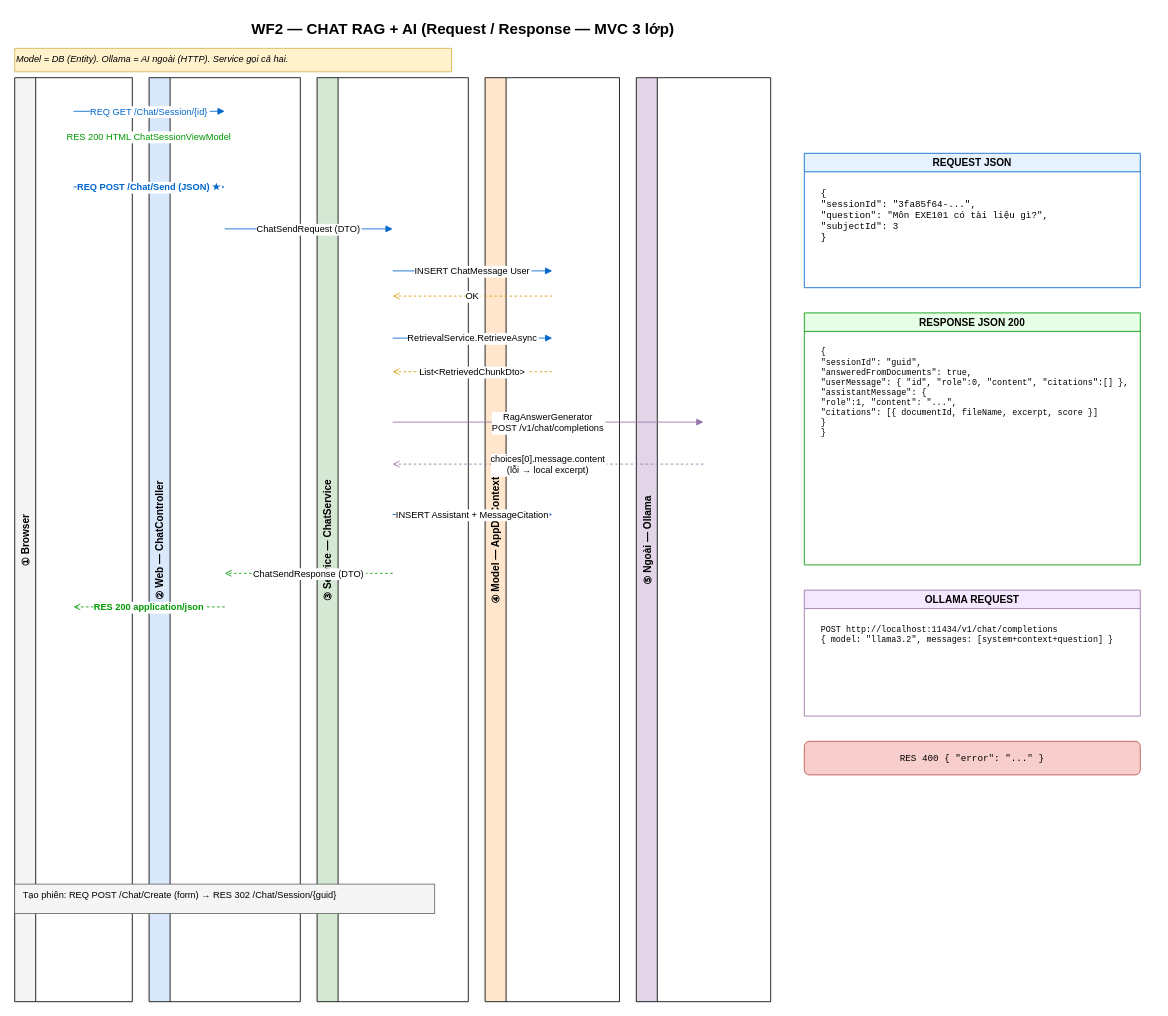
The draw.io diagram page "6-Request-Response-Chat" (6 of 10) of docs/Assigment1-Architecture.drawio in chanqua321/ASS1, before the edit. Source tidied: cells renumbered, new cells numbered last; positions are measured from the earlier drawing's top-left corner, leaving out a move shared by most shapes. Both pictures are drawn from the tidied source at 84%, with x=0, y=0 at pixel (14, 14).
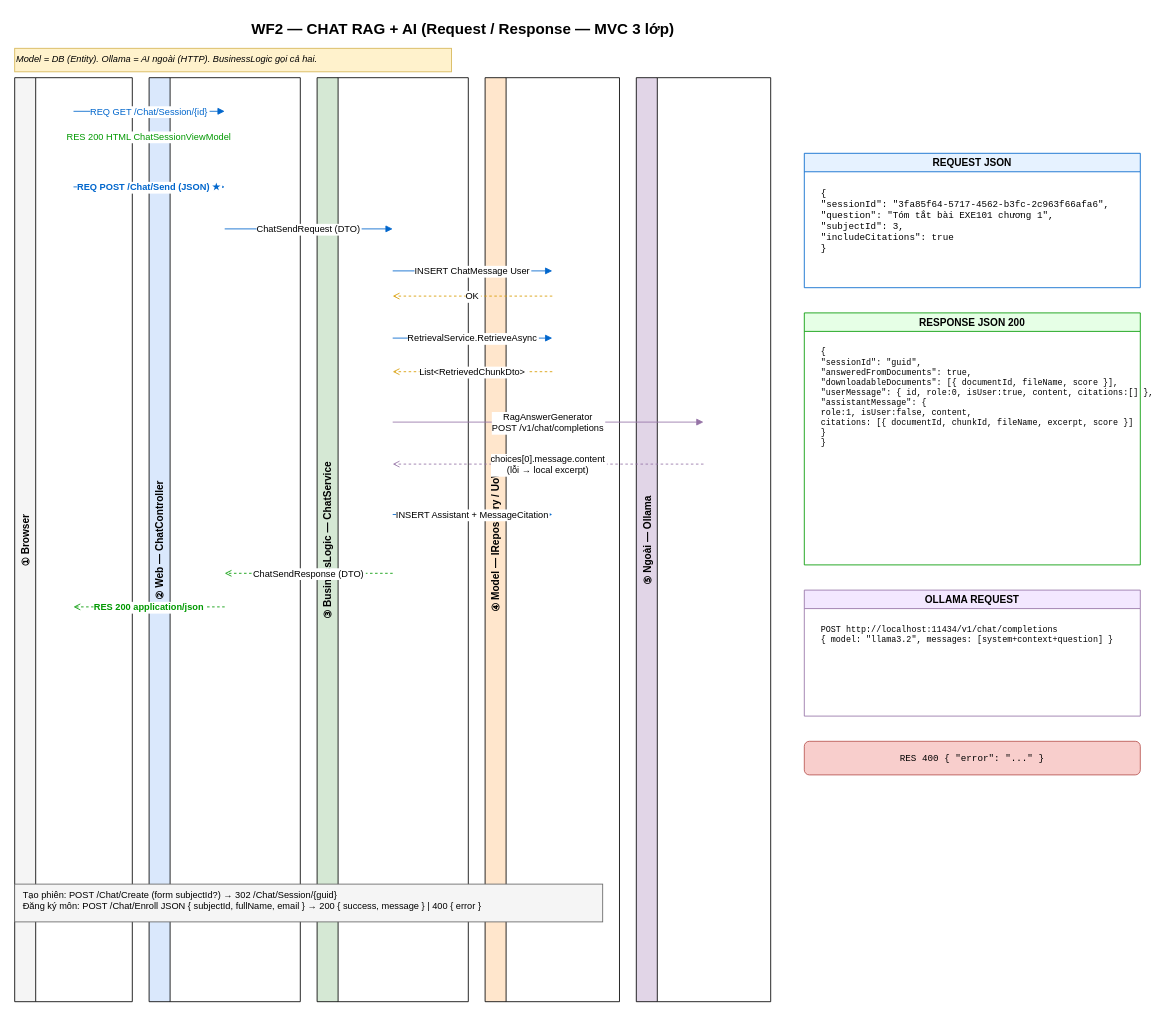
Above is the later version.

The change refers to these unchanged cells:
```xml
<mxCell id="22" value="REQUEST JSON" style="swimlane;fillColor=#e6f2ff;strokeColor=#0066CC;fontStyle=1;startSize=22;" parent="1" vertex="1">
  <mxGeometry x="940" y="165" width="400" height="160" as="geometry" />
</mxCell>
<mxCell id="24" value="RESPONSE JSON 200" style="swimlane;fillColor=#e6ffe6;strokeColor=#009900;fontStyle=1;startSize=22;" parent="1" vertex="1">
  <mxGeometry x="940" y="355" width="400" height="300" as="geometry" />
</mxCell>
```

Change to the diagram source:
```diff
@@
-    <mxCell id="3" value="Model = DB (Entity). Ollama = AI ngoài (HTTP). Service gọi cả hai." style="text;html=1;fontSize=11;fontStyle=2;fillColor=#fff2cc;strokeColor=#d6b656;" parent="1" vertex="1">
+    <mxCell id="3" value="Model = DB (Entity). Ollama = AI ngoài (HTTP). BusinessLogic gọi cả hai." style="text;html=1;fontSize=11;fontStyle=2;fillColor=#fff2cc;strokeColor=#d6b656;" parent="1" vertex="1">
       <mxGeometry y="40" width="520" height="28" as="geometry" />
     </mxCell>
@@
-    <mxCell id="6" value="③ Service — ChatService" style="swimlane;horizontal=0;fillColor=#d5e8d4;startSize=25;fontStyle=1;" parent="1" vertex="1">
+    <mxCell id="6" value="③ BusinessLogic — ChatService" style="swimlane;horizontal=0;fillColor=#d5e8d4;startSize=25;fontStyle=1;" parent="1" vertex="1">
       <mxGeometry x="360" y="75" width="180" height="1100" as="geometry" />
     </mxCell>
-    <mxCell id="7" value="④ Model — AppDbContext" style="swimlane;horizontal=0;fillColor=#ffe6cc;startSize=25;fontStyle=1;" parent="1" vertex="1">
+    <mxCell id="7" value="④ Model — IRepository / UoW" style="swimlane;horizontal=0;fillColor=#ffe6cc;startSize=25;fontStyle=1;" parent="1" vertex="1">
       <mxGeometry x="560" y="75" width="160" height="1100" as="geometry" />
     </mxCell>
@@
-    <mxCell id="23" value="{&#10;  &quot;sessionId&quot;: &quot;3fa85f64-...&quot;,&#10;  &quot;question&quot;: &quot;Môn EXE101 có tài liệu gì?&quot;,&#10;  &quot;subjectId&quot;: 3&#10;}" style="text;html=1;align=left;fontFamily=Courier New;fontSize=11;spacingLeft=8;" parent="22" vertex="1">
+    <mxCell id="23" value="{&#10;  &quot;sessionId&quot;: &quot;3fa85f64-5717-4562-b3fc-2c963f66afa6&quot;,&#10;  &quot;question&quot;: &quot;Tóm tắt bài EXE101 chương 1&quot;,&#10;  &quot;subjectId&quot;: 3,&#10;  &quot;includeCitations&quot;: true&#10;}" style="text;html=1;align=left;fontFamily=Courier New;fontSize=11;spacingLeft=8;" parent="22" vertex="1">
       <mxGeometry x="10" y="35" width="380" height="115" as="geometry" />
     </mxCell>
@@
-    <mxCell id="25" value="{&#10;  &quot;sessionId&quot;: &quot;guid&quot;,&#10;  &quot;answeredFromDocuments&quot;: true,&#10;  &quot;userMessage&quot;: { &quot;id&quot;, &quot;role&quot;:0, &quot;content&quot;, &quot;citations&quot;:[] },&#10;  &quot;assistantMessage&quot;: {&#10;    &quot;role&quot;:1, &quot;content&quot;: &quot;...&quot;,&#10;    &quot;citations&quot;: [{ documentId, fileName, excerpt, score }]&#10;  }&#10;}" style="text;html=1;align=left;fontFamily=Courier New;fontSize=10;spacingLeft=8;" parent="24" vertex="1">
+    <mxCell id="25" value="{&#10;  &quot;sessionId&quot;: &quot;guid&quot;,&#10;  &quot;answeredFromDocuments&quot;: true,&#10;  &quot;downloadableDocuments&quot;: [{ documentId, fileName, score }],&#10;  &quot;userMessage&quot;: { id, role:0, isUser:true, content, citations:[] },&#10;  &quot;assistantMessage&quot;: {&#10;    role:1, isUser:false, content,&#10;    citations: [{ documentId, chunkId, fileName, excerpt, score }]&#10;  }&#10;}" style="text;html=1;align=left;fontFamily=Courier New;fontSize=10;spacingLeft=8;" parent="24" vertex="1">
       <mxGeometry x="10" y="35" width="380" height="255" as="geometry" />
     </mxCell>
@@
-    <mxCell id="29" value="Tạo phiên: REQ POST /Chat/Create (form) → RES 302 /Chat/Session/{guid}" style="text;html=1;fillColor=#f5f5f5;strokeColor=#666666;align=left;spacingLeft=8;fontSize=11;" parent="1" vertex="1">
-      <mxGeometry y="1035" width="500" height="35" as="geometry" />
+    <mxCell id="29" value="Tạo phiên: POST /Chat/Create (form subjectId?) → 302 /Chat/Session/{guid}&#10;Đăng ký môn: POST /Chat/Enroll JSON { subjectId, fullName, email } → 200 { success, message } | 400 { error }" style="text;html=1;fillColor=#f5f5f5;strokeColor=#666666;align=left;spacingLeft=8;fontSize=11;" parent="1" vertex="1">
+      <mxGeometry y="1035" width="700" height="45" as="geometry" />
     </mxCell>
```
